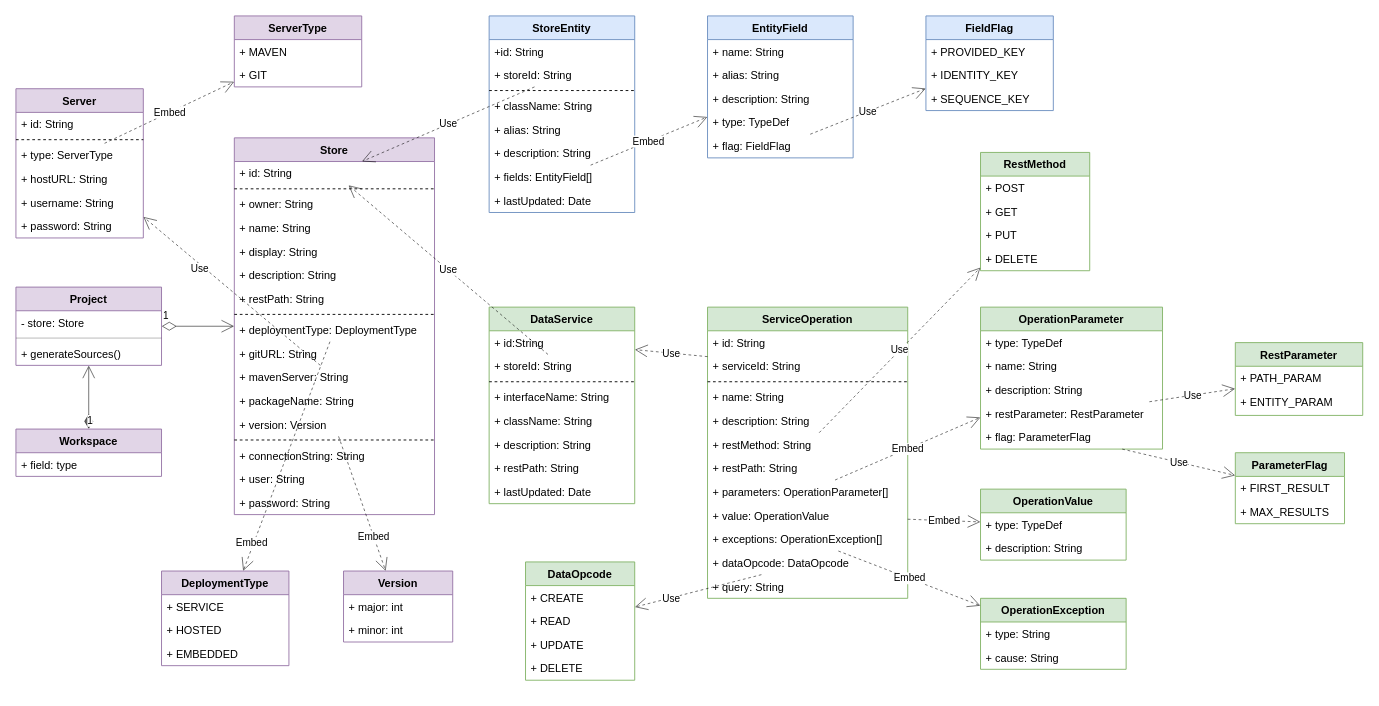
The draw.io diagram page "API Gateway Meta" (1 of 7) of doc/diagrams.drawio in js-lib-com/tiny-store, before the edit. Source tidied: cells renumbered, new cells numbered last; positions are measured from the earlier drawing's top-left corner, leaving out a move shared by most shapes. Both pictures are drawn from the tidied source at 91%, with x=0, y=0 at pixel (15, 15).
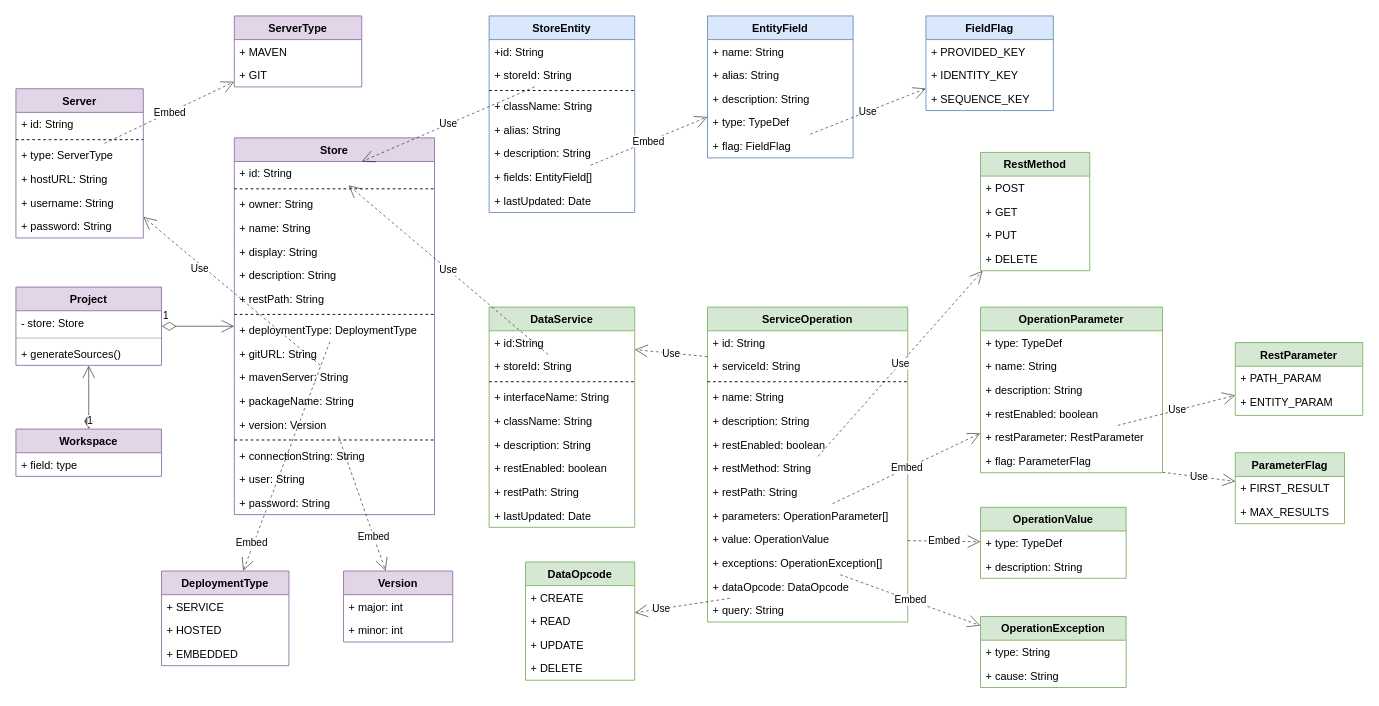
The same page after the edit.

Change to the diagram source:
```diff
@@
     <mxCell id="29" value="DataService" style="swimlane;fontStyle=1;align=center;verticalAlign=top;horizontal=1;startSize=26;rounded=0;fillColor=#d5e8d4;strokeColor=#82b366;" parent="1" vertex="1">
-      <mxGeometry x="520" y="320" width="160" height="216" as="geometry" />
+      <mxGeometry x="520" y="320" width="160" height="242" as="geometry" />
     </mxCell>
@@
+    <mxCell id="130" value="+ restEnabled: boolean" style="text;strokeColor=none;fillColor=none;align=left;verticalAlign=top;spacingLeft=4;spacingRight=4;overflow=hidden;" parent="29" vertex="1">
+      <mxGeometry y="164" width="160" height="26" as="geometry" />
+    </mxCell>
     <mxCell id="36" value="+ restPath: String" style="text;strokeColor=none;fillColor=none;align=left;verticalAlign=top;spacingLeft=4;spacingRight=4;overflow=hidden;rounded=0;opacity=30;" parent="29" vertex="1">
-      <mxGeometry y="164" width="160" height="26" as="geometry" />
+      <mxGeometry y="190" width="160" height="26" as="geometry" />
     </mxCell>
     <mxCell id="37" value="+ lastUpdated: Date" style="text;strokeColor=none;fillColor=none;align=left;verticalAlign=top;spacingLeft=4;spacingRight=4;overflow=hidden;" parent="29" vertex="1">
-      <mxGeometry y="190" width="160" height="26" as="geometry" />
+      <mxGeometry y="216" width="160" height="26" as="geometry" />
     </mxCell>
@@
     <mxCell id="54" value="ServiceOperation" style="swimlane;fontStyle=1;align=center;verticalAlign=top;horizontal=1;startSize=26;rounded=0;fillColor=#d5e8d4;strokeColor=#82b366;" parent="1" vertex="1">
-      <mxGeometry x="760" y="320" width="220" height="320" as="geometry" />
+      <mxGeometry x="760" y="320" width="220" height="346" as="geometry" />
     </mxCell>
@@
+    <mxCell id="131" value="+ restEnabled: boolean" style="text;strokeColor=none;fillColor=none;align=left;verticalAlign=top;spacingLeft=4;spacingRight=4;overflow=hidden;" parent="54" vertex="1">
+      <mxGeometry y="138" width="220" height="26" as="geometry" />
+    </mxCell>
     <mxCell id="60" value="+ restMethod: String" style="text;strokeColor=none;fillColor=none;align=left;verticalAlign=top;spacingLeft=4;spacingRight=4;overflow=hidden;points=[[0,0.5],[1,0.5]];portConstraint=eastwest;rounded=0;opacity=30;" parent="54" vertex="1">
-      <mxGeometry y="138" width="220" height="26" as="geometry" />
+      <mxGeometry y="164" width="220" height="26" as="geometry" />
     </mxCell>
     <mxCell id="61" value="+ restPath: String" style="text;strokeColor=none;fillColor=none;align=left;verticalAlign=top;spacingLeft=4;spacingRight=4;overflow=hidden;" parent="54" vertex="1">
-      <mxGeometry y="164" width="220" height="26" as="geometry" />
+      <mxGeometry y="190" width="220" height="26" as="geometry" />
     </mxCell>
     <mxCell id="62" value="+ parameters: OperationParameter[]" style="text;strokeColor=none;fillColor=none;align=left;verticalAlign=top;spacingLeft=4;spacingRight=4;overflow=hidden;points=[[0,0.5],[1,0.5]];portConstraint=eastwest;" parent="54" vertex="1">
-      <mxGeometry y="190" width="220" height="26" as="geometry" />
+      <mxGeometry y="216" width="220" height="26" as="geometry" />
     </mxCell>
     <mxCell id="63" value="+ value: OperationValue" style="text;strokeColor=none;fillColor=none;align=left;verticalAlign=top;spacingLeft=4;spacingRight=4;overflow=hidden;points=[[0,0.5],[1,0.5]];portConstraint=eastwest;" parent="54" vertex="1">
-      <mxGeometry y="216" width="220" height="26" as="geometry" />
+      <mxGeometry y="242" width="220" height="26" as="geometry" />
     </mxCell>
     <mxCell id="64" value="+ exceptions: OperationException[]" style="text;strokeColor=none;fillColor=none;align=left;verticalAlign=top;spacingLeft=4;spacingRight=4;overflow=hidden;points=[[0,0.5],[1,0.5]];portConstraint=eastwest;" parent="54" vertex="1">
-      <mxGeometry y="242" width="220" height="26" as="geometry" />
+      <mxGeometry y="268" width="220" height="26" as="geometry" />
     </mxCell>
     <mxCell id="65" value="+ dataOpcode: DataOpcode" style="text;strokeColor=none;fillColor=none;align=left;verticalAlign=top;spacingLeft=4;spacingRight=4;overflow=hidden;points=[[0,0.5],[1,0.5]];portConstraint=eastwest;" parent="54" vertex="1">
-      <mxGeometry y="268" width="220" height="26" as="geometry" />
+      <mxGeometry y="294" width="220" height="26" as="geometry" />
     </mxCell>
     <mxCell id="66" value="+ query: String" style="text;strokeColor=none;fillColor=none;align=left;verticalAlign=top;spacingLeft=4;spacingRight=4;overflow=hidden;" parent="54" vertex="1">
-      <mxGeometry y="294" width="220" height="26" as="geometry" />
+      <mxGeometry y="320" width="220" height="26" as="geometry" />
     </mxCell>
@@
     <mxCell id="69" value="OperationParameter" style="swimlane;fontStyle=1;align=center;verticalAlign=top;horizontal=1;startSize=26;fillColor=#d5e8d4;strokeColor=#82b366;" parent="1" vertex="1">
-      <mxGeometry x="1060" y="320" width="200" height="156" as="geometry" />
+      <mxGeometry x="1060" y="320" width="200" height="182" as="geometry" />
     </mxCell>
@@
+    <mxCell id="132" value="+ restEnabled: boolean" style="text;strokeColor=none;fillColor=none;align=left;verticalAlign=top;spacingLeft=4;spacingRight=4;overflow=hidden;" parent="69" vertex="1">
+      <mxGeometry y="104" width="200" height="26" as="geometry" />
+    </mxCell>
     <mxCell id="73" value="+ restParameter: RestParameter" style="text;strokeColor=none;fillColor=none;align=left;verticalAlign=top;spacingLeft=4;spacingRight=4;overflow=hidden;points=[[0,0.5],[1,0.5]];portConstraint=eastwest;" parent="69" vertex="1">
-      <mxGeometry y="104" width="200" height="26" as="geometry" />
+      <mxGeometry y="130" width="200" height="26" as="geometry" />
     </mxCell>
     <mxCell id="74" value="+ flag: ParameterFlag" style="text;strokeColor=none;fillColor=none;align=left;verticalAlign=top;spacingLeft=4;spacingRight=4;overflow=hidden;points=[[0,0.5],[1,0.5]];portConstraint=eastwest;" parent="69" vertex="1">
-      <mxGeometry y="130" width="200" height="26" as="geometry" />
+      <mxGeometry y="156" width="200" height="26" as="geometry" />
     </mxCell>
     <mxCell id="75" value="OperationValue" style="swimlane;fontStyle=1;align=center;verticalAlign=top;horizontal=1;startSize=26;fillColor=#d5e8d4;strokeColor=#82b366;" parent="1" vertex="1">
-      <mxGeometry x="1060" y="520" width="160" height="78" as="geometry" />
+      <mxGeometry x="1060" y="540" width="160" height="78" as="geometry" />
     </mxCell>
@@
     <mxCell id="78" value="OperationException" style="swimlane;fontStyle=1;align=center;verticalAlign=top;horizontal=1;startSize=26;fillColor=#d5e8d4;strokeColor=#82b366;" parent="1" vertex="1">
-      <mxGeometry x="1060" y="640" width="160" height="78" as="geometry" />
+      <mxGeometry x="1060" y="660" width="160" height="78" as="geometry" />
     </mxCell>
```
